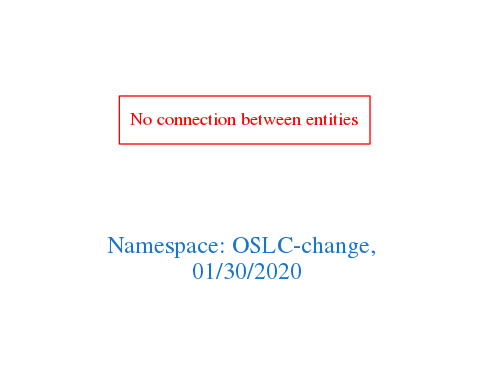
Before: downloads/OSLC-change.png, a diagram exported from Graphviz (arago/OGIT). Its source is kept beside it as downloads/OSLC-change.dot.
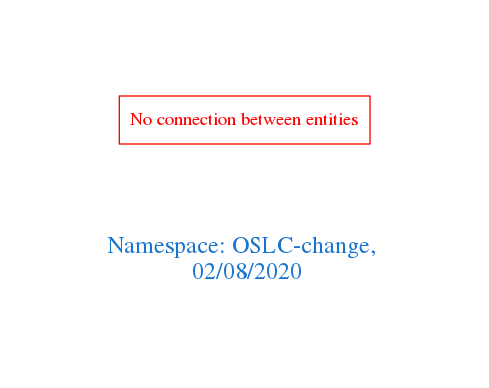
Above is the later version.

The edit, as a diff of the source:
```diff
@@ -1,7 +1,7 @@
 digraph OGIT_ontology {
  graph [ rankdir= LR,pad=1
 fontsize = 18,
-fontcolor= dodgerblue3,label = "\n\n\nNamespace: OSLC-change, \n 01/30/2020"];
+fontcolor= dodgerblue3,label = "\n\n\nNamespace: OSLC-change, \n 02/08/2020"];
 node[shape=polygon];
 edge [  color="gray81"];
 
```
